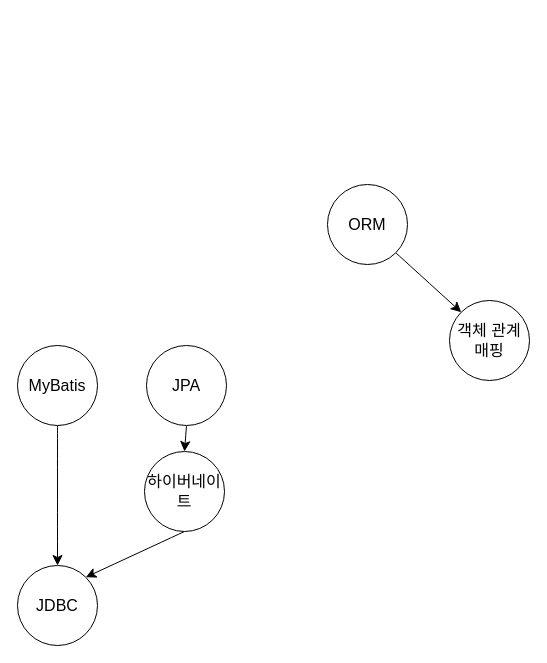
The draw.io diagram ORM.drawio in HJC96/Study, before the edit. Source tidied: cells renumbered, new cells numbered last; positions are measured from the earlier drawing's top-left corner, leaving out a move shared by most shapes. Both pictures are drawn from the tidied source at 100%, with x=0, y=0 at pixel (17, 184).
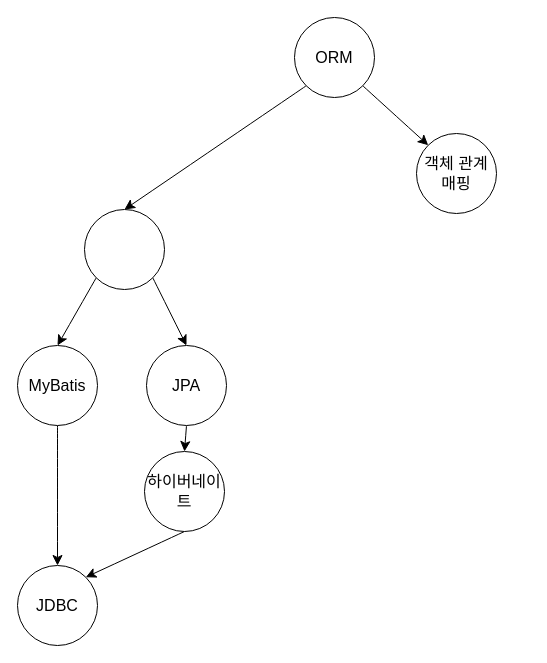
The same diagram, later.

What changed in the source:
```diff
@@
 <mxGraphModel>
   <root>
     <mxCell id="0" />
     <mxCell id="1" parent="0" />
     <mxCell id="2" style="edgeStyle=none;curved=1;rounded=0;jettySize=auto;html=1;exitX=0.5;exitY=1;exitDx=0;exitDy=0;fontSize=12;startSize=8;endSize=8;" parent="1" edge="1" source="3" target="6">
       <mxGeometry relative="1" as="geometry" />
     </mxCell>
     <mxCell id="3" value="MyBatis" style="ellipse;whiteSpace=wrap;html=1;fontSize=16;" parent="1" vertex="1">
       <mxGeometry y="161" width="80" height="80" as="geometry" />
     </mxCell>
     <mxCell id="4" style="edgeStyle=none;curved=1;rounded=0;jettySize=auto;html=1;exitX=0.5;exitY=1;exitDx=0;exitDy=0;entryX=0.5;entryY=0;entryDx=0;entryDy=0;fontSize=12;startSize=8;endSize=8;" parent="1" edge="1" source="5" target="11">
       <mxGeometry relative="1" as="geometry" />
     </mxCell>
     <mxCell id="5" value="JPA" style="ellipse;whiteSpace=wrap;html=1;fontSize=16;" parent="1" vertex="1">
       <mxGeometry x="129" y="161" width="80" height="80" as="geometry" />
     </mxCell>
     <mxCell id="6" value="JDBC" style="ellipse;whiteSpace=wrap;html=1;fontSize=16;" parent="1" vertex="1">
       <mxGeometry y="381" width="80" height="80" as="geometry" />
     </mxCell>
     <mxCell id="7" style="edgeStyle=none;curved=1;rounded=0;jettySize=auto;html=1;exitX=1;exitY=1;exitDx=0;exitDy=0;entryX=0;entryY=0;entryDx=0;entryDy=0;fontSize=12;startSize=8;endSize=8;" parent="1" edge="1" source="8" target="9">
       <mxGeometry relative="1" as="geometry" />
     </mxCell>
+    <mxCell id="12" style="edgeStyle=none;curved=1;rounded=0;jettySize=auto;html=1;exitX=0;exitY=1;exitDx=0;exitDy=0;entryX=0.5;entryY=0;entryDx=0;entryDy=0;fontSize=12;startSize=8;endSize=8;" parent="1" edge="1" source="8" target="15">
+      <mxGeometry relative="1" as="geometry" />
+    </mxCell>
     <mxCell id="8" value="ORM" style="ellipse;whiteSpace=wrap;html=1;fontSize=16;" parent="1" vertex="1">
-      <mxGeometry x="310" width="80" height="80" as="geometry" />
+      <mxGeometry x="277" y="-167" width="80" height="80" as="geometry" />
     </mxCell>
     <mxCell id="9" value="객체 관계 매핑" style="ellipse;whiteSpace=wrap;html=1;fontSize=16;" parent="1" vertex="1">
-      <mxGeometry x="432" y="116" width="80" height="80" as="geometry" />
+      <mxGeometry x="399" y="-51" width="80" height="80" as="geometry" />
     </mxCell>
     <mxCell id="10" style="edgeStyle=none;curved=1;rounded=0;jettySize=auto;html=1;exitX=0.5;exitY=1;exitDx=0;exitDy=0;entryX=1;entryY=0;entryDx=0;entryDy=0;fontSize=12;startSize=8;endSize=8;" parent="1" edge="1" source="11" target="6">
       <mxGeometry relative="1" as="geometry" />
     </mxCell>
     <mxCell id="11" value="하이버네이트" style="ellipse;whiteSpace=wrap;html=1;fontSize=16;" parent="1" vertex="1">
       <mxGeometry x="127" y="267" width="80" height="80" as="geometry" />
     </mxCell>
+    <mxCell id="13" style="edgeStyle=none;curved=1;rounded=0;jettySize=auto;html=1;exitX=1;exitY=1;exitDx=0;exitDy=0;entryX=0.5;entryY=0;entryDx=0;entryDy=0;fontSize=12;startSize=8;endSize=8;" parent="1" edge="1" source="15" target="5">
+      <mxGeometry relative="1" as="geometry" />
+    </mxCell>
+    <mxCell id="14" style="edgeStyle=none;curved=1;rounded=0;jettySize=auto;html=1;exitX=0;exitY=1;exitDx=0;exitDy=0;entryX=0.5;entryY=0;entryDx=0;entryDy=0;fontSize=12;startSize=8;endSize=8;" parent="1" edge="1" source="15" target="3">
+      <mxGeometry relative="1" as="geometry" />
+    </mxCell>
+    <mxCell id="15" style="ellipse;whiteSpace=wrap;html=1;fontSize=16;" parent="1" vertex="1">
+      <mxGeometry x="67" y="25" width="80" height="80" as="geometry" />
+    </mxCell>
   </root>
 </mxGraphModel>
```
